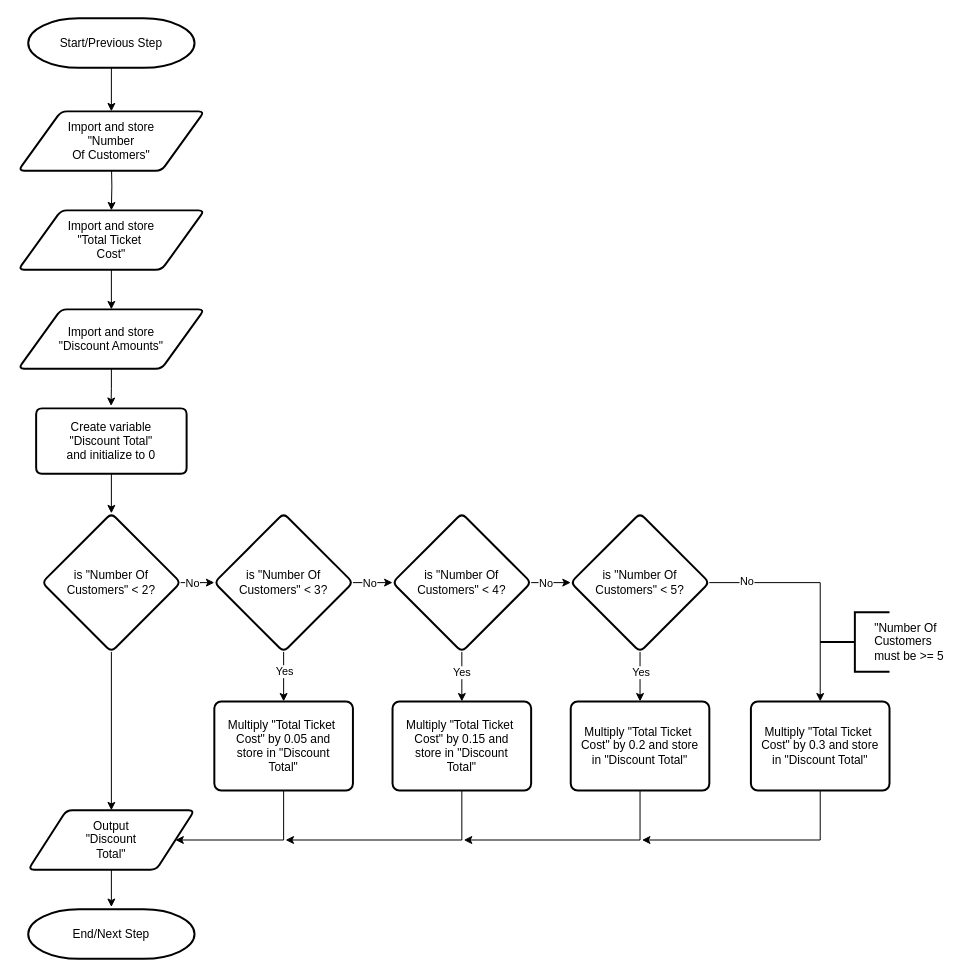
Before: APS145NFF/W5/APS145_WS5_logic3_part3.drawio in lucanovello/Winter-2024, a draw.io diagram. Source tidied: cells renumbered, new cells numbered last; positions are measured from the earlier drawing's top-left corner, leaving out a move shared by most shapes. Both pictures are drawn from the tidied source at 99%, with x=0, y=0 at pixel (18, 18).
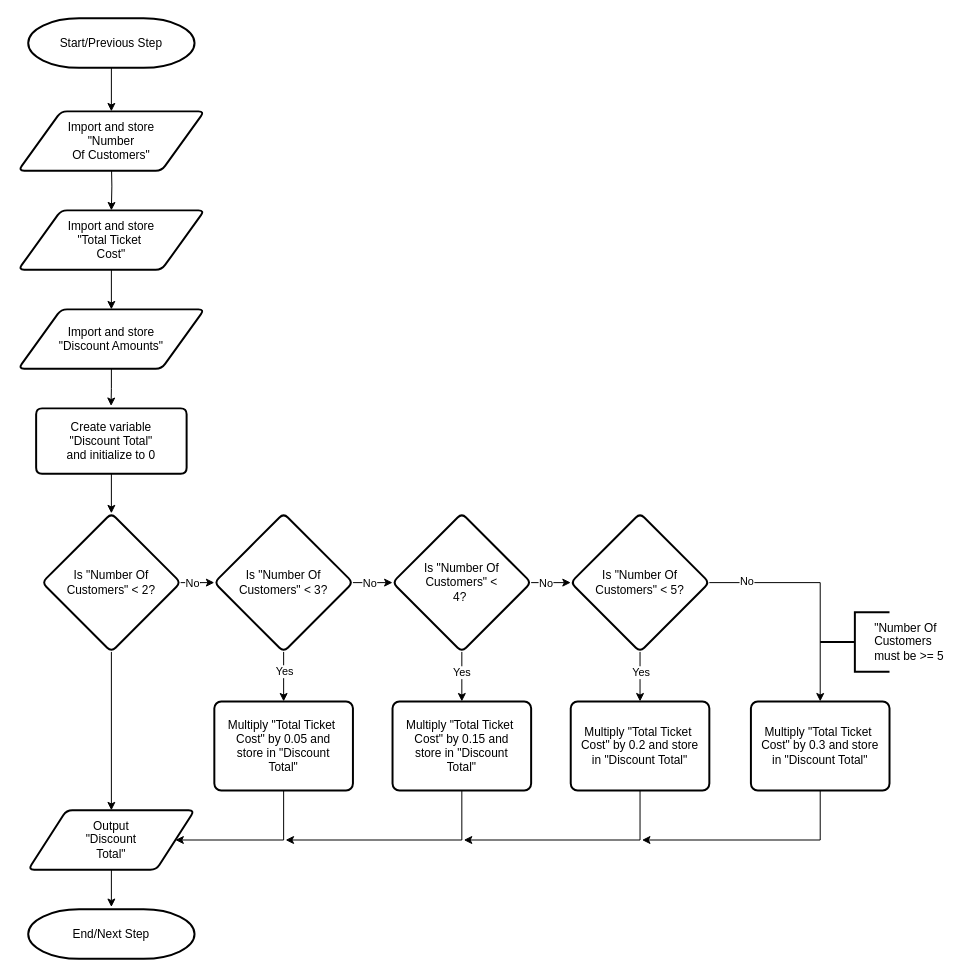
The same diagram, later.

The edit, as a diff of the source:
```diff
@@
-    <mxCell id="10" value="&lt;p style=&quot;line-height: 120%;&quot;&gt;&lt;br&gt;is &quot;Number Of Customers&quot; &amp;lt; 2?&lt;br&gt;&amp;nbsp;&lt;/p&gt;" style="rhombus;whiteSpace=wrap;html=1;strokeWidth=2;rounded=1;arcSize=12;verticalAlign=middle;horizontal=1;spacing=20;spacingBottom=5;spacingTop=5;spacingLeft=5;spacingRight=5;" parent="1" vertex="1">
+    <mxCell id="10" value="&lt;p style=&quot;line-height: 120%;&quot;&gt;Is &quot;Number Of Customers&quot; &amp;lt; 2?&lt;br&gt;&lt;/p&gt;" style="rhombus;whiteSpace=wrap;html=1;strokeWidth=2;rounded=1;arcSize=12;verticalAlign=middle;horizontal=1;spacing=20;spacingBottom=5;spacingTop=5;spacingLeft=5;spacingRight=5;" parent="1" vertex="1">
       <mxGeometry x="24" y="500" width="140" height="140" as="geometry" />
     </mxCell>
@@
-    <mxCell id="15" value="&lt;p style=&quot;line-height: 120%;&quot;&gt;&lt;br&gt;is &quot;Number Of Customers&quot; &amp;lt; 4?&lt;br&gt;&amp;nbsp;&lt;/p&gt;" style="rhombus;whiteSpace=wrap;html=1;strokeWidth=2;rounded=1;arcSize=12;verticalAlign=middle;horizontal=1;spacing=20;spacingBottom=5;spacingTop=5;spacingLeft=5;spacingRight=5;" parent="1" vertex="1">
+    <mxCell id="15" value="&lt;p style=&quot;line-height: 120%;&quot;&gt;Is&amp;nbsp;&quot;Number Of Customers&quot; &amp;lt; 4?&amp;nbsp;&lt;/p&gt;" style="rhombus;whiteSpace=wrap;html=1;strokeWidth=2;rounded=1;arcSize=12;verticalAlign=middle;horizontal=1;spacing=20;spacingBottom=5;spacingTop=5;spacingLeft=5;spacingRight=5;" parent="1" vertex="1">
       <mxGeometry x="378" y="500" width="140" height="140" as="geometry" />
     </mxCell>
@@
-    <mxCell id="20" value="&lt;p style=&quot;line-height: 120%;&quot;&gt;&lt;br&gt;is &quot;Number Of Customers&quot; &amp;lt; 5?&lt;br&gt;&amp;nbsp;&lt;/p&gt;" style="rhombus;whiteSpace=wrap;html=1;strokeWidth=2;rounded=1;arcSize=12;verticalAlign=middle;horizontal=1;spacing=20;spacingBottom=5;spacingTop=5;spacingLeft=5;spacingRight=5;" parent="1" vertex="1">
+    <mxCell id="20" value="&lt;p style=&quot;line-height: 120%;&quot;&gt;Is&amp;nbsp;&quot;Number Of Customers&quot; &amp;lt; 5?&lt;br&gt;&lt;/p&gt;" style="rhombus;whiteSpace=wrap;html=1;strokeWidth=2;rounded=1;arcSize=12;verticalAlign=middle;horizontal=1;spacing=20;spacingBottom=5;spacingTop=5;spacingLeft=5;spacingRight=5;" parent="1" vertex="1">
       <mxGeometry x="558" y="500" width="140" height="140" as="geometry" />
     </mxCell>
@@
-    <mxCell id="25" value="&lt;p style=&quot;line-height: 120%;&quot;&gt;&lt;br&gt;is &quot;Number Of Customers&quot;&amp;nbsp;&amp;lt; 3?&lt;br&gt;&amp;nbsp;&lt;/p&gt;" style="rhombus;whiteSpace=wrap;html=1;strokeWidth=2;rounded=1;arcSize=12;verticalAlign=middle;horizontal=1;spacing=20;spacingBottom=5;spacingTop=5;spacingLeft=5;spacingRight=5;" parent="1" vertex="1">
+    <mxCell id="25" value="&lt;p style=&quot;line-height: 120%;&quot;&gt;Is&amp;nbsp;&quot;Number Of Customers&quot;&amp;nbsp;&amp;lt; 3?&lt;br&gt;&lt;/p&gt;" style="rhombus;whiteSpace=wrap;html=1;strokeWidth=2;rounded=1;arcSize=12;verticalAlign=middle;horizontal=1;spacing=20;spacingBottom=5;spacingTop=5;spacingLeft=5;spacingRight=5;" parent="1" vertex="1">
       <mxGeometry x="198" y="500" width="140" height="140" as="geometry" />
     </mxCell>
```
